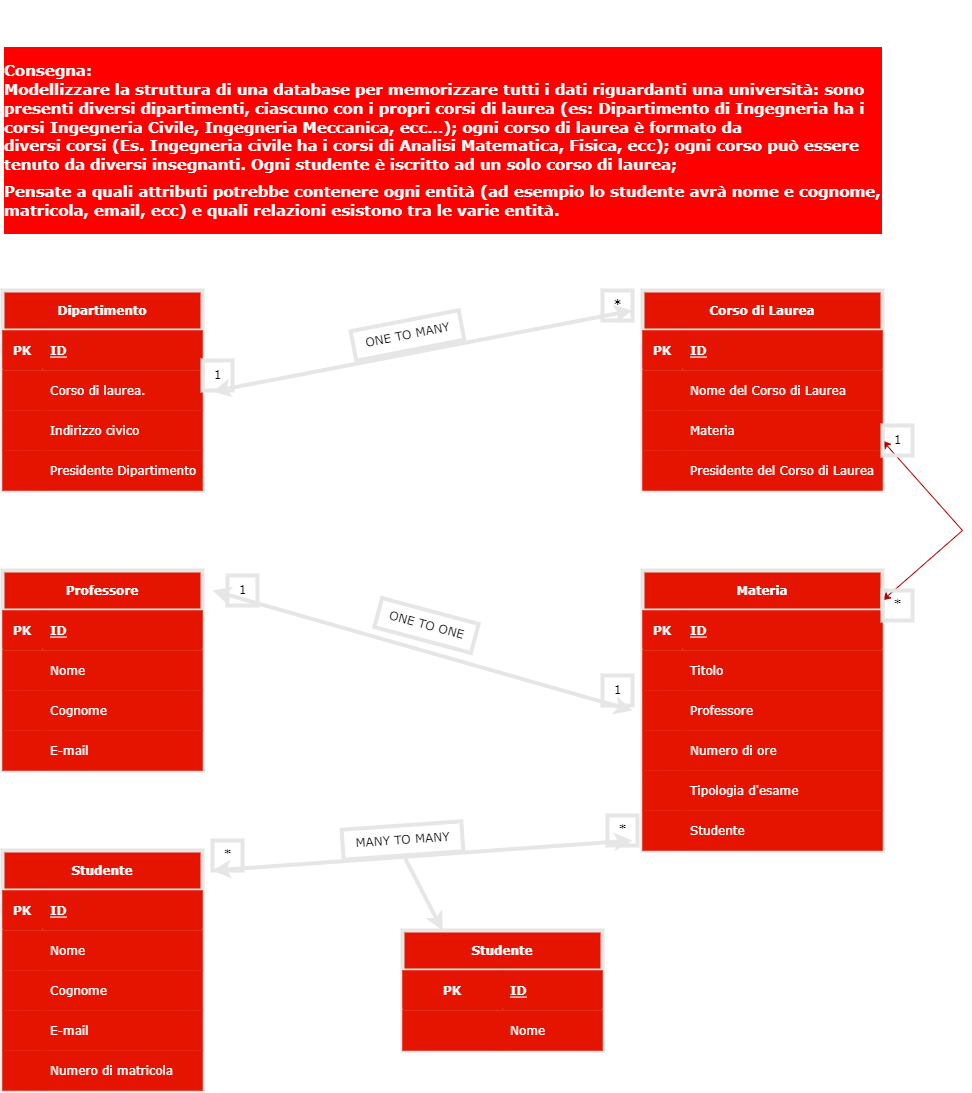
Earlier version of the draw.io export database diagram/Diagramma E-R.drawio.png (davidectna/db-university). Source tidied: cells renumbered, new cells last; positions are measured from the earlier drawing's top-left corner, leaving out a move shared by most shapes.
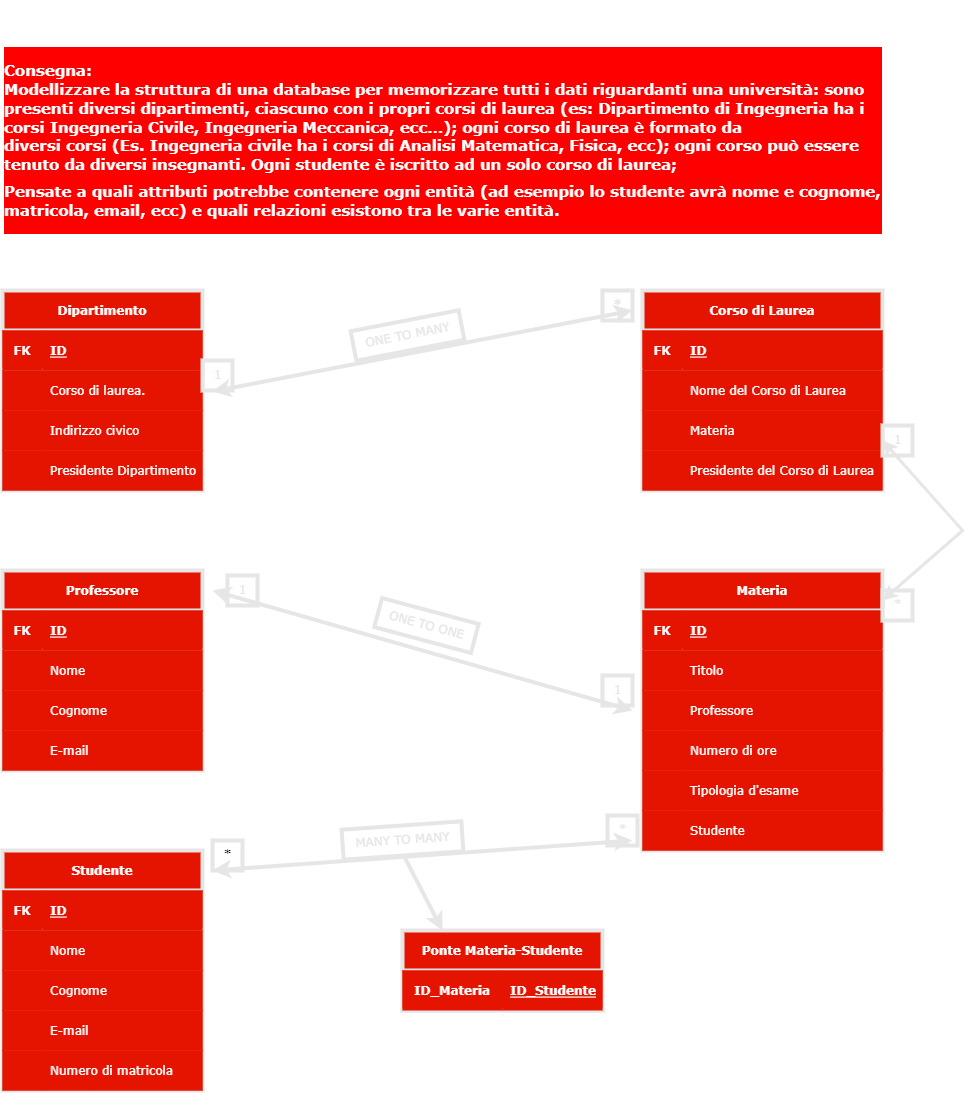
After the change.

Change to the diagram source:
```diff
@@ -11,7 +11,7 @@
     <mxCell id="4" style="shape=tableRow;horizontal=0;startSize=0;swimlaneHead=0;swimlaneBody=0;fillColor=#e51400;top=0;left=0;right=0;bottom=1;labelBackgroundColor=none;labelBorderColor=none;fontFamily=Verdana;strokeColor=#E6E6E6;fontColor=#ffffff;strokeWidth=4;" parent="3" vertex="1">
       <mxGeometry y="40" width="200" height="40" as="geometry" />
     </mxCell>
-    <mxCell id="5" value="PK" style="shape=partialRectangle;fillColor=#e51400;top=0;left=0;bottom=0;right=0;fontStyle=1;overflow=hidden;labelBackgroundColor=none;labelBorderColor=none;fontFamily=Verdana;strokeColor=#E6E6E6;fontColor=#ffffff;strokeWidth=4;" parent="4" vertex="1">
+    <mxCell id="5" value="FK" style="shape=partialRectangle;fillColor=#e51400;top=0;left=0;bottom=0;right=0;fontStyle=1;overflow=hidden;labelBackgroundColor=none;labelBorderColor=none;fontFamily=Verdana;strokeColor=#E6E6E6;fontColor=#ffffff;strokeWidth=4;" parent="4" vertex="1">
       <mxGeometry width="40" height="40" as="geometry" />
     </mxCell>
     <mxCell id="6" value="ID" style="shape=partialRectangle;fillColor=#e51400;top=0;left=0;bottom=0;right=0;align=left;spacingLeft=6;fontStyle=5;overflow=hidden;labelBackgroundColor=none;labelBorderColor=none;fontFamily=Verdana;strokeColor=#E6E6E6;fontColor=#ffffff;strokeWidth=4;" parent="4" vertex="1">
@@ -50,7 +50,7 @@
     <mxCell id="17" style="shape=tableRow;horizontal=0;startSize=0;swimlaneHead=0;swimlaneBody=0;fillColor=#e51400;top=0;left=0;right=0;bottom=1;labelBackgroundColor=none;labelBorderColor=none;fontFamily=Verdana;strokeColor=#E6E6E6;fontColor=#ffffff;strokeWidth=4;" parent="16" vertex="1">
       <mxGeometry y="40" width="240" height="40" as="geometry" />
     </mxCell>
-    <mxCell id="18" value="PK" style="shape=partialRectangle;fillColor=#e51400;top=0;left=0;bottom=0;right=0;fontStyle=1;overflow=hidden;labelBackgroundColor=none;labelBorderColor=none;fontFamily=Verdana;strokeColor=#E6E6E6;fontColor=#ffffff;strokeWidth=4;" parent="17" vertex="1">
+    <mxCell id="18" value="FK" style="shape=partialRectangle;fillColor=#e51400;top=0;left=0;bottom=0;right=0;fontStyle=1;overflow=hidden;labelBackgroundColor=none;labelBorderColor=none;fontFamily=Verdana;strokeColor=#E6E6E6;fontColor=#ffffff;strokeWidth=4;" parent="17" vertex="1">
       <mxGeometry width="40" height="40" as="geometry" />
     </mxCell>
     <mxCell id="19" value="ID" style="shape=partialRectangle;fillColor=#e51400;top=0;left=0;bottom=0;right=0;align=left;spacingLeft=6;fontStyle=5;overflow=hidden;labelBackgroundColor=none;labelBorderColor=none;fontFamily=Verdana;strokeColor=#E6E6E6;fontColor=#ffffff;strokeWidth=4;" parent="17" vertex="1">
@@ -89,13 +89,13 @@
         <mxPoint x="630" y="310" as="targetPoint" />
       </mxGeometry>
     </mxCell>
-    <mxCell id="30" value="&lt;b&gt;*&lt;/b&gt;" style="text;html=1;align=center;verticalAlign=middle;fontFamily=Verdana;labelBackgroundColor=none;strokeWidth=4;strokeColor=#E6E6E6;" parent="1" vertex="1">
+    <mxCell id="30" value="&lt;b&gt;&lt;font color=&quot;#e6e6e6&quot;&gt;*&lt;/font&gt;&lt;/b&gt;" style="text;html=1;align=center;verticalAlign=middle;fontFamily=Verdana;labelBackgroundColor=none;strokeWidth=4;strokeColor=#E6E6E6;" parent="1" vertex="1">
       <mxGeometry x="600" y="290" width="30" height="30" as="geometry" />
     </mxCell>
-    <mxCell id="31" value="1" style="text;html=1;align=center;verticalAlign=middle;fontFamily=Verdana;labelBackgroundColor=none;strokeWidth=4;strokeColor=#E6E6E6;" parent="1" vertex="1">
+    <mxCell id="31" value="&lt;font color=&quot;#e6e6e6&quot;&gt;1&lt;/font&gt;" style="text;html=1;align=center;verticalAlign=middle;fontFamily=Verdana;labelBackgroundColor=none;strokeWidth=4;strokeColor=#E6E6E6;" parent="1" vertex="1">
       <mxGeometry x="200" y="360" width="30" height="30" as="geometry" />
     </mxCell>
-    <mxCell id="32" value="ONE TO MANY" style="text;html=1;align=center;verticalAlign=middle;fontFamily=Verdana;rotation=349;labelBackgroundColor=none;strokeWidth=4;strokeColor=#E6E6E6;" parent="1" vertex="1">
+    <mxCell id="32" value="&lt;font color=&quot;#e6e6e6&quot;&gt;ONE TO MANY&lt;/font&gt;" style="text;html=1;align=center;verticalAlign=middle;fontFamily=Verdana;rotation=349;labelBackgroundColor=none;strokeWidth=4;strokeColor=#E6E6E6;" parent="1" vertex="1">
       <mxGeometry x="350" y="320" width="110" height="30" as="geometry" />
     </mxCell>
     <mxCell id="33" value="Materia" style="shape=table;startSize=40;rowLines=0;fontStyle=1;align=center;labelBackgroundColor=none;labelBorderColor=none;fontFamily=Verdana;fillColor=#e51400;strokeColor=#E6E6E6;fontColor=#ffffff;strokeWidth=4;" parent="1" vertex="1">
@@ -104,7 +104,7 @@
     <mxCell id="34" style="shape=tableRow;horizontal=0;startSize=0;swimlaneHead=0;swimlaneBody=0;fillColor=#e51400;top=0;left=0;right=0;bottom=1;labelBackgroundColor=none;labelBorderColor=none;fontFamily=Verdana;strokeColor=#E6E6E6;fontColor=#ffffff;strokeWidth=4;" parent="33" vertex="1">
       <mxGeometry y="40" width="240" height="40" as="geometry" />
     </mxCell>
-    <mxCell id="35" value="PK" style="shape=partialRectangle;fillColor=#e51400;top=0;left=0;bottom=0;right=0;fontStyle=1;overflow=hidden;labelBackgroundColor=none;labelBorderColor=none;fontFamily=Verdana;strokeColor=#E6E6E6;fontColor=#ffffff;strokeWidth=4;" parent="34" vertex="1">
+    <mxCell id="35" value="FK" style="shape=partialRectangle;fillColor=#e51400;top=0;left=0;bottom=0;right=0;fontStyle=1;overflow=hidden;labelBackgroundColor=none;labelBorderColor=none;fontFamily=Verdana;strokeColor=#E6E6E6;fontColor=#ffffff;strokeWidth=4;" parent="34" vertex="1">
       <mxGeometry width="40" height="40" as="geometry" />
     </mxCell>
     <mxCell id="36" value="ID" style="shape=partialRectangle;fillColor=#e51400;top=0;left=0;bottom=0;right=0;align=left;spacingLeft=6;fontStyle=5;overflow=hidden;labelBackgroundColor=none;labelBorderColor=none;fontFamily=Verdana;strokeColor=#E6E6E6;fontColor=#ffffff;strokeWidth=4;" parent="34" vertex="1">
@@ -155,7 +155,7 @@
     <mxCell id="51" value="Studente" style="shape=partialRectangle;fillColor=#e51400;top=0;left=0;bottom=0;right=0;align=left;spacingLeft=6;overflow=hidden;labelBackgroundColor=none;labelBorderColor=none;fontFamily=Verdana;strokeColor=#E6E6E6;fontColor=#ffffff;strokeWidth=4;" parent="49" vertex="1">
       <mxGeometry x="40" width="200" height="40" as="geometry" />
     </mxCell>
-    <mxCell id="52" style="endArrow=classic;startArrow=classic;html=1;rounded=0;fontFamily=Verdana;fontColor=#000000;labelBackgroundColor=none;fillColor=#e51400;strokeColor=#B20000;" parent="1" edge="1">
+    <mxCell id="52" style="endArrow=classic;startArrow=classic;html=1;rounded=0;fontFamily=Verdana;fontColor=#000000;labelBackgroundColor=none;fillColor=#e51400;strokeColor=#E6E6E6;strokeWidth=3;" parent="1" edge="1">
       <mxGeometry relative="1" as="geometry">
         <mxPoint x="880" y="600" as="sourcePoint" />
         <mxPoint x="880" y="440" as="targetPoint" />
@@ -164,10 +164,10 @@
         </Array>
       </mxGeometry>
     </mxCell>
-    <mxCell id="53" value="1" style="text;html=1;align=center;verticalAlign=middle;fontFamily=Verdana;labelBackgroundColor=none;strokeWidth=4;strokeColor=#E6E6E6;" parent="1" vertex="1">
+    <mxCell id="53" value="1" style="text;html=1;align=center;verticalAlign=middle;fontFamily=Verdana;labelBackgroundColor=none;strokeWidth=4;strokeColor=#E6E6E6;fontColor=#E6E6E6;" parent="1" vertex="1">
       <mxGeometry x="880" y="425" width="30" height="30" as="geometry" />
     </mxCell>
-    <mxCell id="54" value="*" style="text;html=1;align=center;verticalAlign=middle;fontFamily=Verdana;labelBackgroundColor=none;strokeWidth=4;strokeColor=#E6E6E6;" parent="1" vertex="1">
+    <mxCell id="54" value="*" style="text;html=1;align=center;verticalAlign=middle;fontFamily=Verdana;labelBackgroundColor=none;strokeWidth=4;strokeColor=#E6E6E6;fontColor=#E6E6E6;" parent="1" vertex="1">
       <mxGeometry x="880" y="590" width="30" height="30" as="geometry" />
     </mxCell>
     <mxCell id="55" value="Professore" style="shape=table;startSize=40;rowLines=0;fontStyle=1;align=center;labelBackgroundColor=none;labelBorderColor=none;fontFamily=Verdana;fillColor=#e51400;strokeColor=#E6E6E6;fontColor=#ffffff;strokeWidth=4;" parent="1" vertex="1">
@@ -176,7 +176,7 @@
     <mxCell id="56" style="shape=tableRow;horizontal=0;startSize=0;swimlaneHead=0;swimlaneBody=0;fillColor=#e51400;top=0;left=0;right=0;bottom=1;labelBackgroundColor=none;labelBorderColor=none;fontFamily=Verdana;strokeColor=#E6E6E6;fontColor=#ffffff;strokeWidth=4;" parent="55" vertex="1">
       <mxGeometry y="40" width="200" height="40" as="geometry" />
     </mxCell>
-    <mxCell id="57" value="PK" style="shape=partialRectangle;fillColor=#e51400;top=0;left=0;bottom=0;right=0;fontStyle=1;overflow=hidden;labelBackgroundColor=none;labelBorderColor=none;fontFamily=Verdana;strokeColor=#E6E6E6;fontColor=#ffffff;strokeWidth=4;" parent="56" vertex="1">
+    <mxCell id="57" value="FK" style="shape=partialRectangle;fillColor=#e51400;top=0;left=0;bottom=0;right=0;fontStyle=1;overflow=hidden;labelBackgroundColor=none;labelBorderColor=none;fontFamily=Verdana;strokeColor=#E6E6E6;fontColor=#ffffff;strokeWidth=4;" parent="56" vertex="1">
       <mxGeometry width="40" height="40" as="geometry" />
     </mxCell>
     <mxCell id="58" value="ID" style="shape=partialRectangle;fillColor=#e51400;top=0;left=0;bottom=0;right=0;align=left;spacingLeft=6;fontStyle=5;overflow=hidden;labelBackgroundColor=none;labelBorderColor=none;fontFamily=Verdana;strokeColor=#E6E6E6;fontColor=#ffffff;strokeWidth=4;" parent="56" vertex="1">
@@ -215,7 +215,7 @@
     <mxCell id="69" style="shape=tableRow;horizontal=0;startSize=0;swimlaneHead=0;swimlaneBody=0;fillColor=#e51400;top=0;left=0;right=0;bottom=1;labelBackgroundColor=none;labelBorderColor=none;fontFamily=Verdana;strokeColor=#E6E6E6;fontColor=#ffffff;strokeWidth=4;" parent="68" vertex="1">
       <mxGeometry y="40" width="200" height="40" as="geometry" />
     </mxCell>
-    <mxCell id="70" value="PK" style="shape=partialRectangle;fillColor=#e51400;top=0;left=0;bottom=0;right=0;fontStyle=1;overflow=hidden;labelBackgroundColor=none;labelBorderColor=none;fontFamily=Verdana;strokeColor=#E6E6E6;fontColor=#ffffff;strokeWidth=4;" parent="69" vertex="1">
+    <mxCell id="70" value="FK" style="shape=partialRectangle;fillColor=#e51400;top=0;left=0;bottom=0;right=0;fontStyle=1;overflow=hidden;labelBackgroundColor=none;labelBorderColor=none;fontFamily=Verdana;strokeColor=#E6E6E6;fontColor=#ffffff;strokeWidth=4;" parent="69" vertex="1">
       <mxGeometry width="40" height="40" as="geometry" />
     </mxCell>
     <mxCell id="71" value="ID" style="shape=partialRectangle;fillColor=#e51400;top=0;left=0;bottom=0;right=0;align=left;spacingLeft=6;fontStyle=5;overflow=hidden;labelBackgroundColor=none;labelBorderColor=none;fontFamily=Verdana;strokeColor=#E6E6E6;fontColor=#ffffff;strokeWidth=4;" parent="69" vertex="1">
@@ -269,22 +269,22 @@
         <mxPoint x="210" y="870" as="targetPoint" />
       </mxGeometry>
     </mxCell>
-    <mxCell id="86" value="1" style="text;html=1;align=center;verticalAlign=middle;strokeColor=#E6E6E6;fillColor=none;fontFamily=Verdana;fontColor=#000000;strokeWidth=4;" parent="1" vertex="1">
+    <mxCell id="86" value="1" style="text;html=1;align=center;verticalAlign=middle;strokeColor=#E6E6E6;fillColor=none;fontFamily=Verdana;fontColor=#E6E6E6;strokeWidth=4;" parent="1" vertex="1">
       <mxGeometry x="225" y="575" width="30" height="30" as="geometry" />
     </mxCell>
-    <mxCell id="87" value="1" style="text;html=1;align=center;verticalAlign=middle;strokeColor=#E6E6E6;fillColor=none;fontFamily=Verdana;fontColor=#000000;strokeWidth=4;" parent="1" vertex="1">
+    <mxCell id="87" value="1" style="text;html=1;align=center;verticalAlign=middle;strokeColor=#E6E6E6;fillColor=none;fontFamily=Verdana;fontColor=#E6E6E6;strokeWidth=4;" parent="1" vertex="1">
       <mxGeometry x="600" y="675" width="30" height="30" as="geometry" />
     </mxCell>
-    <mxCell id="88" value="ONE TO ONE" style="text;html=1;align=center;verticalAlign=middle;strokeColor=#E6E6E6;fillColor=none;fontFamily=Verdana;fontColor=#000000;rotation=15;strokeWidth=4;" parent="1" vertex="1">
+    <mxCell id="88" value="ONE TO ONE" style="text;html=1;align=center;verticalAlign=middle;strokeColor=#E6E6E6;fillColor=none;fontFamily=Verdana;fontColor=#E6E6E6;rotation=15;strokeWidth=4;" parent="1" vertex="1">
       <mxGeometry x="374" y="610" width="100" height="30" as="geometry" />
     </mxCell>
     <mxCell id="89" value="*" style="text;html=1;align=center;verticalAlign=middle;strokeColor=#E6E6E6;fillColor=none;fontFamily=Verdana;fontColor=#000000;strokeWidth=4;" parent="1" vertex="1">
       <mxGeometry x="210" y="840" width="30" height="30" as="geometry" />
     </mxCell>
-    <mxCell id="90" value="*" style="text;html=1;align=center;verticalAlign=middle;strokeColor=#E6E6E6;fillColor=none;fontFamily=Verdana;fontColor=#000000;strokeWidth=4;" parent="1" vertex="1">
+    <mxCell id="90" value="*" style="text;html=1;align=center;verticalAlign=middle;strokeColor=#E6E6E6;fillColor=none;fontFamily=Verdana;fontColor=#E6E6E6;strokeWidth=4;" parent="1" vertex="1">
       <mxGeometry x="605" y="815" width="30" height="30" as="geometry" />
     </mxCell>
-    <mxCell id="91" value="MANY TO MANY" style="text;html=1;align=center;verticalAlign=middle;points=[];strokeColor=#E6E6E6;fillColor=none;fontFamily=Verdana;fontColor=#000000;rotation=356;strokeWidth=4;" parent="1" vertex="1">
+    <mxCell id="91" value="MANY TO MANY" style="text;html=1;align=center;verticalAlign=middle;points=[];strokeColor=#E6E6E6;fillColor=none;fontFamily=Verdana;fontColor=#E6E6E6;rotation=356;strokeWidth=4;" parent="1" vertex="1">
       <mxGeometry x="340" y="825" width="120" height="30" as="geometry" />
     </mxCell>
     <mxCell id="92" style="endArrow=classic;html=1;rounded=0;labelBackgroundColor=none;fontFamily=Verdana;fontColor=#000000;exitX=0.513;exitY=1.112;exitDx=0;exitDy=0;exitPerimeter=0;strokeWidth=4;strokeColor=#E6E6E6;" parent="1" edge="1" source="91">
@@ -292,26 +292,17 @@
         <mxPoint x="440" y="930" as="targetPoint" />
       </mxGeometry>
     </mxCell>
-    <mxCell id="93" value="Studente" style="shape=table;startSize=40;rowLines=0;fontStyle=1;align=center;labelBackgroundColor=none;labelBorderColor=none;fontFamily=Verdana;fillColor=#e51400;strokeColor=#E6E6E6;fontColor=#ffffff;strokeWidth=4;" parent="1" vertex="1">
-      <mxGeometry x="400" y="930" width="200" height="120" as="geometry" />
+    <mxCell id="93" value="Ponte Materia-Studente" style="shape=table;startSize=40;rowLines=0;fontStyle=1;align=center;labelBackgroundColor=none;labelBorderColor=none;fontFamily=Verdana;fillColor=#e51400;strokeColor=#E6E6E6;fontColor=#ffffff;strokeWidth=4;" parent="1" vertex="1">
+      <mxGeometry x="400" y="930" width="200" height="80" as="geometry" />
     </mxCell>
     <mxCell id="94" style="shape=tableRow;horizontal=0;startSize=0;swimlaneHead=0;swimlaneBody=0;fillColor=#e51400;top=0;left=0;right=0;bottom=1;labelBackgroundColor=none;labelBorderColor=none;fontFamily=Verdana;strokeColor=#E6E6E6;fontColor=#ffffff;strokeWidth=4;" parent="93" vertex="1">
       <mxGeometry y="40" width="200" height="40" as="geometry" />
     </mxCell>
-    <mxCell id="95" value="PK" style="shape=partialRectangle;fillColor=#e51400;top=0;left=0;bottom=0;right=0;fontStyle=1;overflow=hidden;labelBackgroundColor=none;labelBorderColor=none;fontFamily=Verdana;strokeColor=#E6E6E6;fontColor=#ffffff;strokeWidth=4;" parent="94" vertex="1">
+    <mxCell id="95" value="ID_Materia" style="shape=partialRectangle;fillColor=#e51400;top=0;left=0;bottom=0;right=0;fontStyle=1;overflow=hidden;labelBackgroundColor=none;labelBorderColor=none;fontFamily=Verdana;strokeColor=#E6E6E6;fontColor=#ffffff;strokeWidth=4;" parent="94" vertex="1">
       <mxGeometry width="100" height="40" as="geometry" />
     </mxCell>
-    <mxCell id="96" value="ID" style="shape=partialRectangle;fillColor=#e51400;top=0;left=0;bottom=0;right=0;align=left;spacingLeft=6;fontStyle=5;overflow=hidden;labelBackgroundColor=none;labelBorderColor=none;fontFamily=Verdana;strokeColor=#E6E6E6;fontColor=#ffffff;strokeWidth=4;" parent="94" vertex="1">
+    <mxCell id="96" value="ID_Studente" style="shape=partialRectangle;fillColor=#e51400;top=0;left=0;bottom=0;right=0;align=left;spacingLeft=6;fontStyle=5;overflow=hidden;labelBackgroundColor=none;labelBorderColor=none;fontFamily=Verdana;strokeColor=#E6E6E6;fontColor=#ffffff;strokeWidth=4;" parent="94" vertex="1">
       <mxGeometry x="100" width="100" height="40" as="geometry" />
     </mxCell>
-    <mxCell id="97" style="shape=tableRow;horizontal=0;startSize=0;swimlaneHead=0;swimlaneBody=0;fillColor=#e51400;top=0;left=0;right=0;bottom=0;labelBackgroundColor=none;labelBorderColor=none;fontFamily=Verdana;strokeColor=#E6E6E6;fontColor=#ffffff;strokeWidth=4;" parent="93" vertex="1">
-      <mxGeometry y="80" width="200" height="40" as="geometry" />
-    </mxCell>
-    <mxCell id="98" style="shape=partialRectangle;fillColor=#e51400;top=0;left=0;bottom=0;right=0;overflow=hidden;labelBackgroundColor=none;labelBorderColor=none;fontFamily=Verdana;strokeColor=#E6E6E6;fontColor=#ffffff;strokeWidth=4;" parent="97" vertex="1">
-      <mxGeometry width="100" height="40" as="geometry" />
-    </mxCell>
-    <mxCell id="99" value="Nome" style="shape=partialRectangle;fillColor=#e51400;top=0;left=0;bottom=0;right=0;align=left;spacingLeft=6;overflow=hidden;labelBackgroundColor=none;labelBorderColor=none;fontFamily=Verdana;strokeColor=#E6E6E6;fontColor=#ffffff;strokeWidth=4;" parent="97" vertex="1">
-      <mxGeometry x="100" width="100" height="40" as="geometry" />
-    </mxCell>
   </root>
 </mxGraphModel>
```
